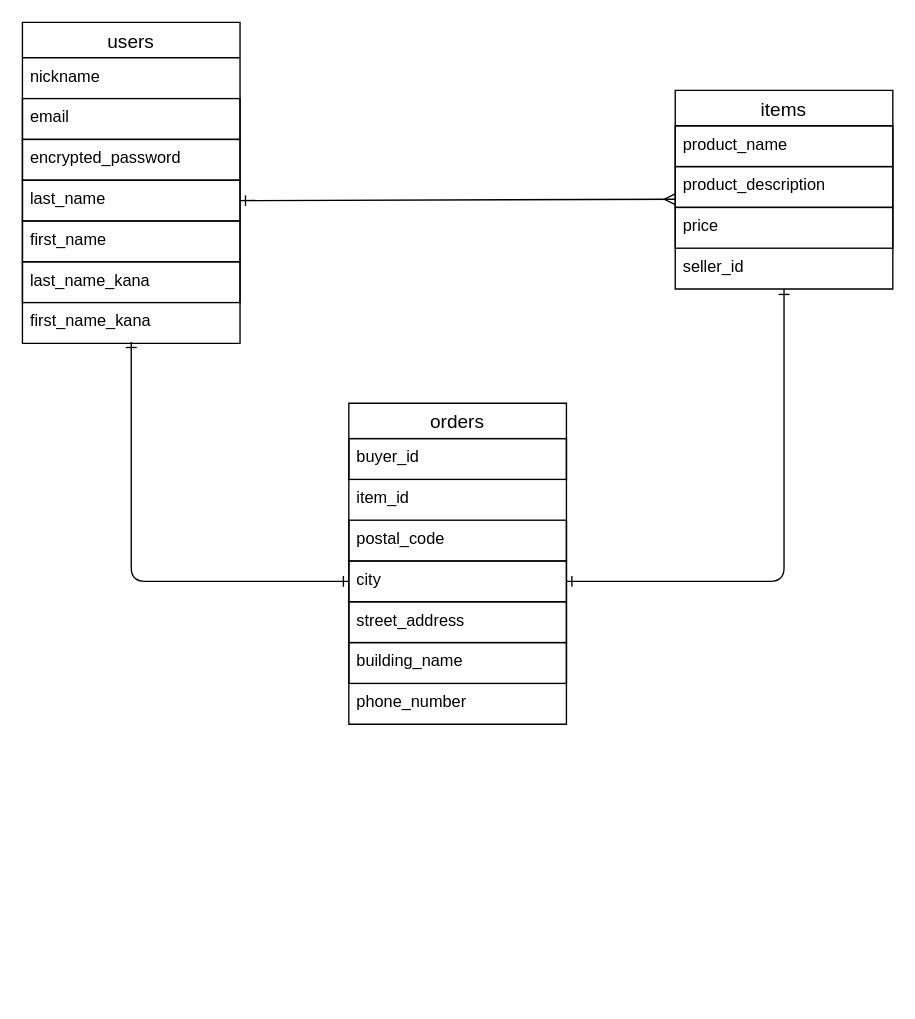
Above: app/views/DB.dio in rikatussei/furima-40439 (draw.io), before the change. Source tidied: cells renumbered, new cells numbered last; positions are measured from the earlier drawing's top-left corner, leaving out a move shared by most shapes. Both pictures are drawn from the tidied source at 136%, with x=0, y=0 at pixel (22, 22).
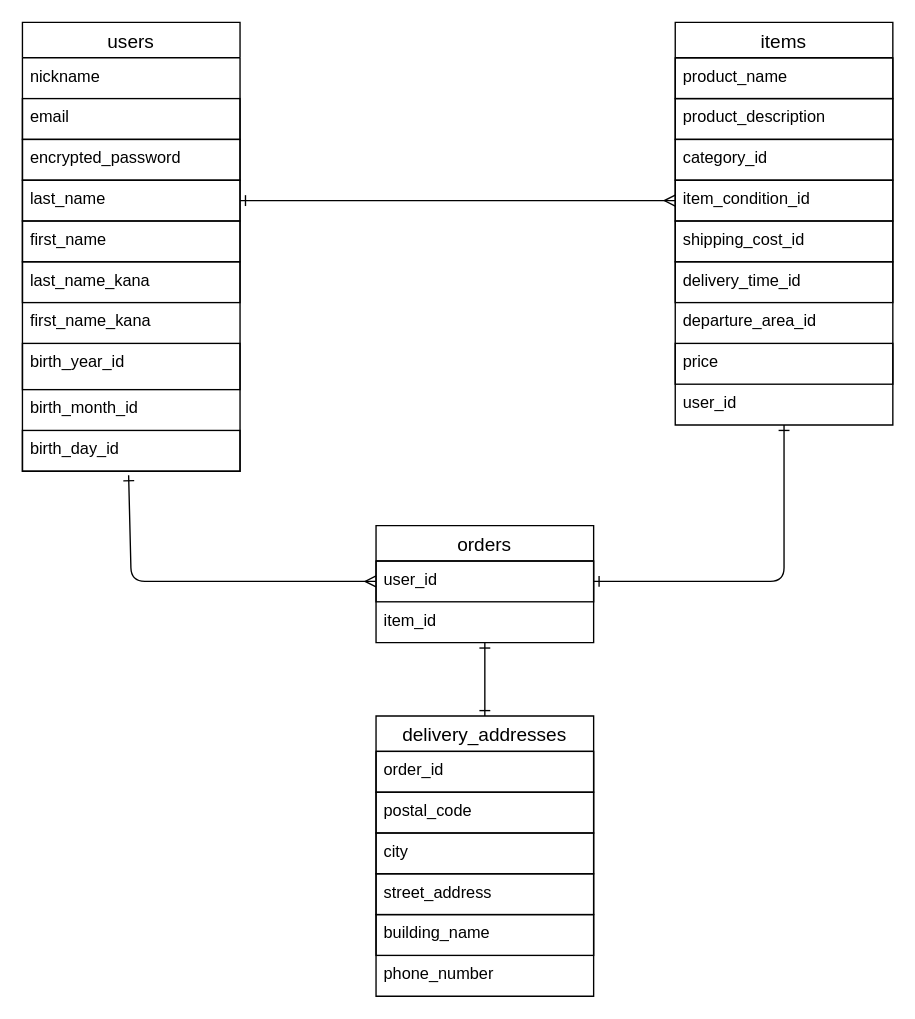
After the change.

Commit message (it also covers changes not shown here):
DBの設計を修正しました。

The change refers to these unchanged cells:
```xml
<mxCell id="6" value="last_name" style="text;strokeColor=default;fillColor=none;spacingLeft=4;spacingRight=4;overflow=hidden;points=[[0,0.5],[1,0.5]];portConstraint=eastwest;fontSize=12;" parent="2" vertex="1">
  <mxGeometry y="116" width="160" height="30" as="geometry" />
</mxCell>
<mxCell id="9" value="first_name_kana" style="text;strokeColor=none;fillColor=none;spacingLeft=4;spacingRight=4;overflow=hidden;points=[[0,0.5],[1,0.5]];portConstraint=eastwest;fontSize=12;" parent="2" vertex="1">
  <mxGeometry y="206" width="160" height="30" as="geometry" />
</mxCell>
```

The edit, as a diff of the source:
```diff
@@
     <mxCell id="2" value="users" style="swimlane;fontStyle=0;horizontal=1;startSize=26;align=center;fontSize=14;" parent="1" vertex="1">
-      <mxGeometry width="160" height="236" as="geometry" />
+      <mxGeometry width="160" height="330" as="geometry" />
     </mxCell>
@@
+    <mxCell id="26" value="birth_year_id" style="text;strokeColor=default;fillColor=none;spacingLeft=4;spacingRight=4;overflow=hidden;fontSize=12;glass=1;labelBorderColor=none;" parent="2" vertex="1">
+      <mxGeometry y="236" width="160" height="34" as="geometry" />
+    </mxCell>
+    <mxCell id="27" value="birth_month_id" style="text;strokeColor=none;fillColor=none;spacingLeft=4;spacingRight=4;overflow=hidden;fontSize=12;glass=1;labelBorderColor=none;" parent="2" vertex="1">
+      <mxGeometry y="270" width="160" height="30" as="geometry" />
+    </mxCell>
+    <mxCell id="28" value="birth_day_id" style="text;strokeColor=default;fillColor=none;spacingLeft=4;spacingRight=4;overflow=hidden;points=[[0,0.5],[1,0.5]];portConstraint=eastwest;fontSize=12;glass=1;labelBorderColor=none;" parent="2" vertex="1">
+      <mxGeometry y="300" width="160" height="30" as="geometry" />
+    </mxCell>
-    <mxCell id="10" style="edgeStyle=none;html=1;startArrow=ERone;startFill=0;endArrow=ERone;endFill=0;entryX=1;entryY=0.5;entryDx=0;entryDy=0;" parent="1" edge="1" source="11" target="20">
+    <mxCell id="10" style="edgeStyle=none;html=1;startArrow=ERone;startFill=0;endArrow=ERone;endFill=0;entryX=1;entryY=0.5;entryDx=0;entryDy=0;" parent="1" edge="1" source="11" target="36">
       <mxGeometry relative="1" as="geometry">
         <Array as="points">
           <mxPoint x="560" y="411" />
         </Array>
       </mxGeometry>
     </mxCell>
     <mxCell id="11" value="items" style="swimlane;fontStyle=0;horizontal=1;startSize=26;align=center;fontSize=14;" parent="1" vertex="1">
-      <mxGeometry x="480" y="50" width="160" height="146" as="geometry" />
+      <mxGeometry x="480" width="160" height="296" as="geometry" />
     </mxCell>
@@
+    <mxCell id="29" value="category_id" style="text;strokeColor=default;fillColor=none;spacingLeft=4;spacingRight=4;overflow=hidden;fontSize=12;glass=1;labelBorderColor=none;" parent="11" vertex="1">
+      <mxGeometry y="86" width="160" height="30" as="geometry" />
+    </mxCell>
+    <mxCell id="30" value="item_condition_id" style="text;strokeColor=default;fillColor=none;spacingLeft=4;spacingRight=4;overflow=hidden;points=[[0,0.5],[1,0.5]];portConstraint=eastwest;fontSize=12;glass=1;labelBorderColor=none;" parent="11" vertex="1">
+      <mxGeometry y="116" width="160" height="30" as="geometry" />
+    </mxCell>
+    <mxCell id="31" value="shipping_cost_id" style="text;strokeColor=default;fillColor=none;spacingLeft=4;spacingRight=4;overflow=hidden;fontSize=12;glass=1;labelBorderColor=none;" parent="11" vertex="1">
+      <mxGeometry y="146" width="160" height="30" as="geometry" />
+    </mxCell>
+    <mxCell id="32" value=" delivery_time_id" style="text;strokeColor=default;fillColor=none;spacingLeft=4;spacingRight=4;overflow=hidden;fontSize=12;glass=1;labelBorderColor=none;" parent="11" vertex="1">
+      <mxGeometry y="176" width="160" height="30" as="geometry" />
+    </mxCell>
+    <mxCell id="33" value="departure_area_id" style="text;strokeColor=none;fillColor=none;spacingLeft=4;spacingRight=4;overflow=hidden;fontSize=12;glass=1;labelBorderColor=none;" parent="11" vertex="1">
+      <mxGeometry y="206" width="160" height="30" as="geometry" />
+    </mxCell>
     <mxCell id="14" value="price" style="text;strokeColor=default;fillColor=none;spacingLeft=4;spacingRight=4;overflow=hidden;fontSize=12;" parent="11" vertex="1">
-      <mxGeometry y="86" width="160" height="30" as="geometry" />
+      <mxGeometry y="236" width="160" height="30" as="geometry" />
     </mxCell>
-    <mxCell id="15" value="seller_id " style="text;strokeColor=none;fillColor=none;spacingLeft=4;spacingRight=4;overflow=hidden;fontSize=12;" parent="11" vertex="1">
-      <mxGeometry y="116" width="160" height="30" as="geometry" />
+    <mxCell id="15" value="user_id " style="text;strokeColor=none;fillColor=none;spacingLeft=4;spacingRight=4;overflow=hidden;fontSize=12;" parent="11" vertex="1">
+      <mxGeometry y="266" width="160" height="30" as="geometry" />
     </mxCell>
+    <mxCell id="34" style="edgeStyle=none;html=1;exitX=0.5;exitY=0;exitDx=0;exitDy=0;startArrow=ERone;startFill=0;endArrow=ERone;endFill=0;" parent="1" edge="1" source="16" target="18">
+      <mxGeometry relative="1" as="geometry" />
+    </mxCell>
-    <mxCell id="16" value="orders" style="swimlane;fontStyle=0;horizontal=1;startSize=26;align=center;fontSize=14;" parent="1" vertex="1">
-      <mxGeometry x="240" y="280" width="160" height="236" as="geometry" />
+    <mxCell id="16" value="delivery_addresses" style="swimlane;fontStyle=0;horizontal=1;startSize=26;align=center;fontSize=14;" parent="1" vertex="1">
+      <mxGeometry x="260" y="510" width="160" height="206" as="geometry" />
     </mxCell>
-    <mxCell id="17" value="buyer_id" style="text;strokeColor=default;fillColor=none;spacingLeft=4;spacingRight=4;overflow=hidden;fontSize=12;" parent="16" vertex="1">
+    <mxCell id="17" value="order_id" style="text;strokeColor=default;fillColor=none;spacingLeft=4;spacingRight=4;overflow=hidden;fontSize=12;" parent="16" vertex="1">
       <mxGeometry y="26" width="160" height="30" as="geometry" />
     </mxCell>
-    <mxCell id="18" value="item_id" style="text;strokeColor=none;fillColor=none;spacingLeft=4;spacingRight=4;overflow=hidden;points=[[0,0.5],[1,0.5]];portConstraint=eastwest;fontSize=12;glass=1;labelBorderColor=none;" parent="16" vertex="1">
-      <mxGeometry y="56" width="160" height="30" as="geometry" />
-    </mxCell>
     <mxCell id="19" value="postal_code" style="text;strokeColor=default;fillColor=none;spacingLeft=4;spacingRight=4;overflow=hidden;fontSize=12;" parent="16" vertex="1">
-      <mxGeometry y="86" width="160" height="30" as="geometry" />
+      <mxGeometry y="56" width="160" height="30" as="geometry" />
     </mxCell>
     <mxCell id="20" value="city" style="text;strokeColor=default;fillColor=none;spacingLeft=4;spacingRight=4;overflow=hidden;points=[[0,0.5],[1,0.5]];portConstraint=eastwest;fontSize=12;" parent="16" vertex="1">
-      <mxGeometry y="116" width="160" height="30" as="geometry" />
+      <mxGeometry y="86" width="160" height="30" as="geometry" />
     </mxCell>
     <mxCell id="21" value="street_address" style="text;strokeColor=default;fillColor=none;spacingLeft=4;spacingRight=4;overflow=hidden;fontSize=12;" parent="16" vertex="1">
-      <mxGeometry y="146" width="160" height="30" as="geometry" />
+      <mxGeometry y="116" width="160" height="30" as="geometry" />
     </mxCell>
     <mxCell id="22" value="building_name" style="text;strokeColor=default;fillColor=none;spacingLeft=4;spacingRight=4;overflow=hidden;fontSize=12;glass=1;" parent="16" vertex="1">
-      <mxGeometry y="176" width="160" height="30" as="geometry" />
+      <mxGeometry y="146" width="160" height="30" as="geometry" />
     </mxCell>
     <mxCell id="23" value="phone_number" style="text;strokeColor=none;fillColor=none;spacingLeft=4;spacingRight=4;overflow=hidden;fontSize=12;" parent="16" vertex="1">
-      <mxGeometry y="206" width="160" height="30" as="geometry" />
+      <mxGeometry y="176" width="160" height="30" as="geometry" />
     </mxCell>
-    <mxCell id="24" style="edgeStyle=none;html=1;endArrow=ERmany;endFill=0;startArrow=ERone;startFill=0;exitX=1;exitY=0.5;exitDx=0;exitDy=0;" parent="1" edge="1" source="6">
-      <mxGeometry relative="1" as="geometry">
-        <mxPoint x="480" y="130" as="targetPoint" />
-      </mxGeometry>
+    <mxCell id="24" style="edgeStyle=none;html=1;endArrow=ERmany;endFill=0;startArrow=ERone;startFill=0;exitX=1;exitY=0.5;exitDx=0;exitDy=0;entryX=0;entryY=0.5;entryDx=0;entryDy=0;" parent="1" edge="1" source="6" target="30">
+      <mxGeometry relative="1" as="geometry" />
     </mxCell>
-    <mxCell id="25" style="edgeStyle=none;html=1;exitX=0;exitY=0.5;exitDx=0;exitDy=0;startArrow=ERone;startFill=0;endArrow=ERone;endFill=0;entryX=0.5;entryY=0.967;entryDx=0;entryDy=0;entryPerimeter=0;" parent="1" edge="1" source="20" target="9">
+    <mxCell id="25" style="edgeStyle=none;html=1;startArrow=ERmany;startFill=0;endArrow=ERone;endFill=0;entryX=0.488;entryY=1.1;entryDx=0;entryDy=0;entryPerimeter=0;exitX=0;exitY=0.5;exitDx=0;exitDy=0;" parent="1" edge="1" source="36" target="28">
       <mxGeometry relative="1" as="geometry">
         <Array as="points">
           <mxPoint x="80" y="411" />
         </Array>
       </mxGeometry>
     </mxCell>
+    <mxCell id="35" value="orders" style="swimlane;fontStyle=0;horizontal=1;startSize=26;align=center;fontSize=14;" parent="1" vertex="1">
+      <mxGeometry x="260" y="370" width="160" height="86" as="geometry" />
+    </mxCell>
+    <mxCell id="36" value="user_id" style="text;strokeColor=default;fillColor=none;spacingLeft=4;spacingRight=4;overflow=hidden;points=[[0,0.5],[1,0.5]];portConstraint=eastwest;fontSize=12;" parent="35" vertex="1">
+      <mxGeometry y="26" width="160" height="30" as="geometry" />
+    </mxCell>
+    <mxCell id="18" value="item_id" style="text;strokeColor=none;fillColor=none;spacingLeft=4;spacingRight=4;overflow=hidden;points=[[0,0.5],[1,0.5]];portConstraint=eastwest;fontSize=12;glass=1;labelBorderColor=none;" parent="35" vertex="1">
+      <mxGeometry y="56" width="160" height="30" as="geometry" />
+    </mxCell>
```
